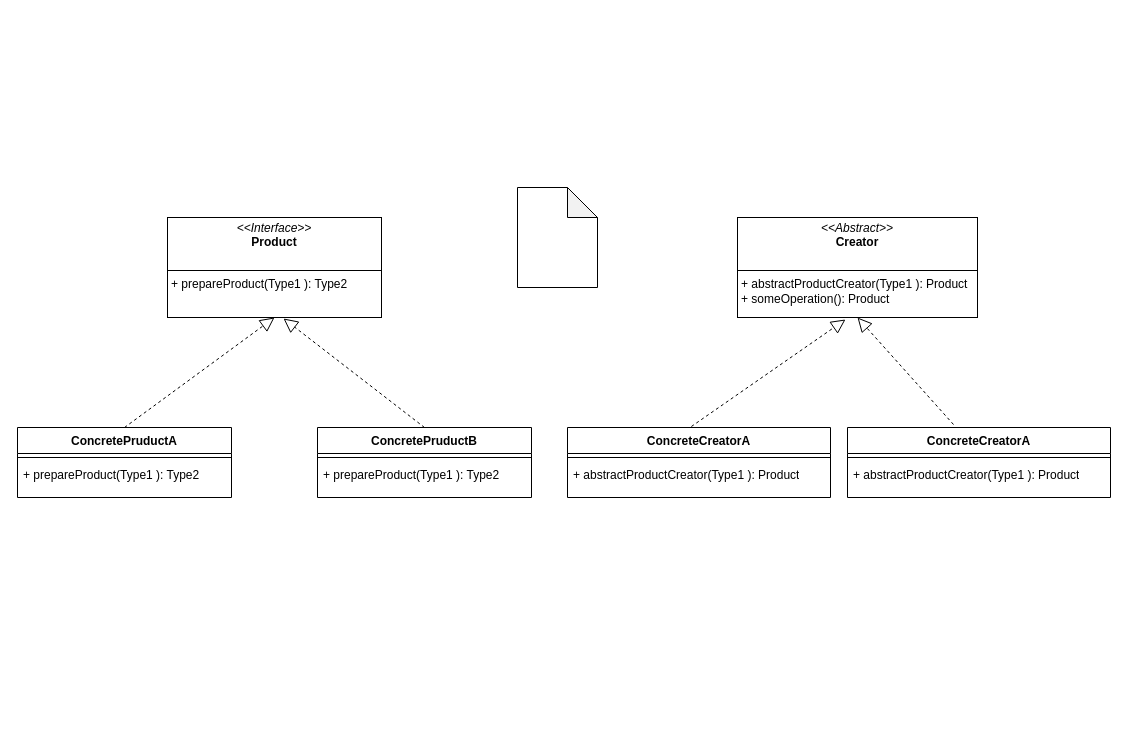
This is factory-method-pattern.drawio from sourcelight/test_repo, a draw.io file, before an edit. Source tidied: cells renumbered, new cells numbered last; positions are measured from the earlier drawing's top-left corner, leaving out a move shared by most shapes. Both pictures are drawn from the tidied source at 100%, with x=0, y=0 at pixel (17, 187).
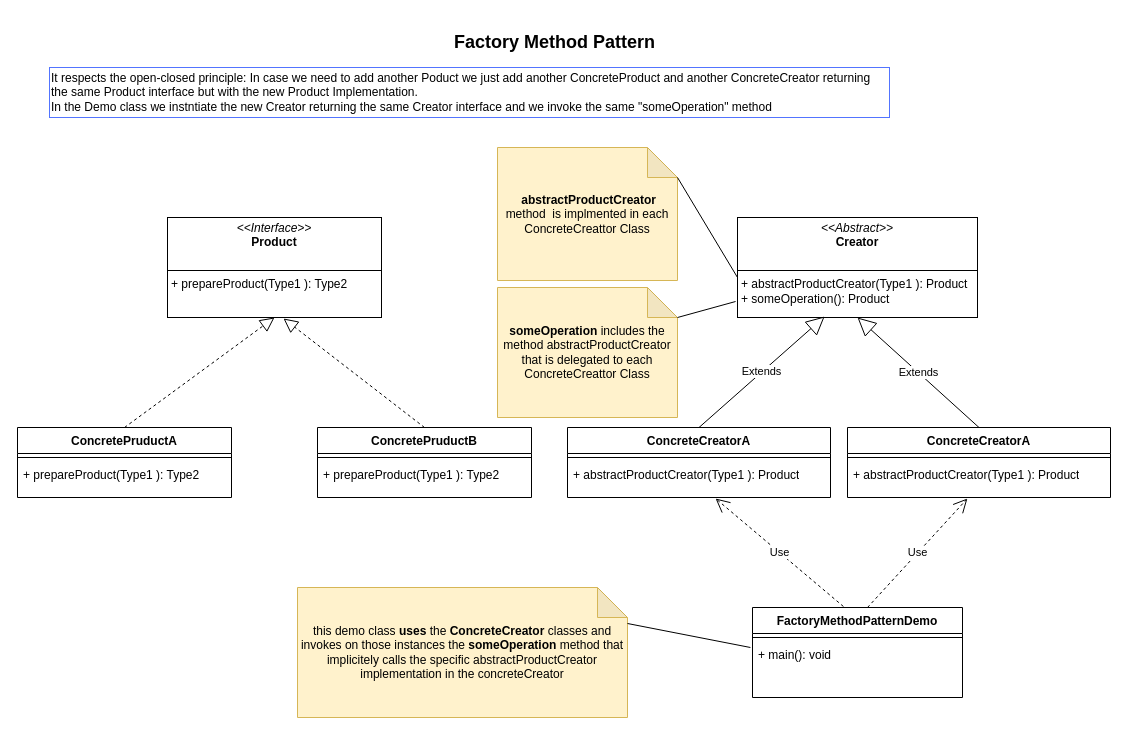
The same page after the edit.

The change refers to these unchanged cells:
```xml
<mxCell id="11" value="&lt;p style=&quot;margin:0px;margin-top:4px;text-align:center;&quot;&gt;&lt;i&gt;&amp;lt;&amp;lt;Abstract&amp;gt;&amp;gt;&lt;/i&gt;&lt;br&gt;&lt;b&gt;Creator&lt;/b&gt;&lt;/p&gt;&lt;br&gt;&lt;hr size=&quot;1&quot; style=&quot;border-style:solid;&quot;&gt;&lt;p style=&quot;margin:0px;margin-left:4px;&quot;&gt;+ abstractProductCreator(Type1 ): Product&lt;br&gt;&lt;/p&gt;&lt;p style=&quot;margin:0px;margin-left:4px;&quot;&gt;+ someOperation(): Product&lt;/p&gt;&lt;p style=&quot;margin:0px;margin-left:4px;&quot;&gt;&lt;br&gt;&lt;/p&gt;" style="verticalAlign=top;align=left;overflow=fill;html=1;whiteSpace=wrap;" parent="1" vertex="1">
  <mxGeometry x="720" y="30" width="240" height="100" as="geometry" />
</mxCell>
<mxCell id="12" value="ConcreteCreatorA" style="swimlane;fontStyle=1;align=center;verticalAlign=top;horizontal=1;startSize=26;whiteSpace=wrap;html=1;" parent="1" vertex="1">
  <mxGeometry x="550" y="240" width="263" height="70" as="geometry" />
</mxCell>
<mxCell id="14" value="+ abstractProductCreator(Type1 ): Product" style="text;strokeColor=none;fillColor=none;align=left;verticalAlign=top;spacingLeft=4;spacingRight=4;overflow=hidden;points=[[0,0.5],[1,0.5]];portConstraint=eastwest;whiteSpace=wrap;html=1;" parent="12" vertex="1">
  <mxGeometry y="34" width="263" height="36" as="geometry" />
</mxCell>
<mxCell id="16" value="ConcreteCreatorA" style="swimlane;fontStyle=1;align=center;verticalAlign=top;horizontal=1;startSize=26;whiteSpace=wrap;html=1;" parent="1" vertex="1">
  <mxGeometry x="830" y="240" width="263" height="70" as="geometry" />
</mxCell>
<mxCell id="18" value="+ abstractProductCreator(Type1 ): Product" style="text;strokeColor=none;fillColor=none;align=left;verticalAlign=top;spacingLeft=4;spacingRight=4;overflow=hidden;points=[[0,0.5],[1,0.5]];portConstraint=eastwest;whiteSpace=wrap;html=1;" parent="16" vertex="1">
  <mxGeometry y="34" width="263" height="36" as="geometry" />
</mxCell>
```

Diff of the diagram source:
```diff
@@
-    <mxCell id="15" style="shape=note;whiteSpace=wrap;html=1;backgroundOutline=1;darkOpacity=0.05;" parent="1" vertex="1">
-      <mxGeometry x="500" width="80" height="100" as="geometry" />
+    <mxCell id="15" value="&lt;b&gt;someOperation&lt;/b&gt; includes the method abstractProductCreator that is delegated to each ConcreteCreattor Class" style="shape=note;whiteSpace=wrap;html=1;backgroundOutline=1;darkOpacity=0.05;fillColor=#fff2cc;strokeColor=#d6b656;" parent="1" vertex="1">
+      <mxGeometry x="480" y="100" width="180" height="130" as="geometry" />
     </mxCell>
@@
+    <mxCell id="21" style="endArrow=none;html=1;rounded=0;entryX=-0.008;entryY=0.84;entryDx=0;entryDy=0;entryPerimeter=0;exitX=0;exitY=0;exitDx=180;exitDy=30;exitPerimeter=0;" parent="1" edge="1" source="15" target="11">
+      <mxGeometry relative="1" as="geometry" />
+    </mxCell>
+    <mxCell id="22" value="&amp;nbsp;&lt;b&gt;abstractProductCreator&lt;/b&gt; method&amp;nbsp; is implmented in each ConcreteCreattor Class" style="shape=note;whiteSpace=wrap;html=1;backgroundOutline=1;darkOpacity=0.05;fillColor=#fff2cc;strokeColor=#d6b656;" parent="1" vertex="1">
+      <mxGeometry x="480" y="-40" width="180" height="133" as="geometry" />
+    </mxCell>
+    <mxCell id="23" style="endArrow=none;html=1;rounded=0;entryX=0;entryY=0.6;entryDx=0;entryDy=0;entryPerimeter=0;exitX=0;exitY=0;exitDx=180;exitDy=30;exitPerimeter=0;" parent="1" edge="1" target="11">
+      <mxGeometry relative="1" as="geometry">
+        <mxPoint x="660" y="-10" as="sourcePoint" />
+      </mxGeometry>
+    </mxCell>
+    <mxCell id="24" value="FactoryMethodPattern&lt;span style=&quot;background-color: initial;&quot;&gt;Demo&lt;/span&gt;" style="swimlane;fontStyle=1;align=center;verticalAlign=top;horizontal=1;startSize=26;whiteSpace=wrap;html=1;" parent="1" vertex="1">
+      <mxGeometry x="735" y="420" width="210" height="90" as="geometry" />
+    </mxCell>
+    <mxCell id="25" style="line;strokeWidth=1;fillColor=none;align=left;verticalAlign=middle;spacingTop=-1;spacingLeft=3;spacingRight=3;labelPosition=right;strokeColor=inherit;" parent="24" vertex="1">
+      <mxGeometry y="26" width="210" height="8" as="geometry" />
+    </mxCell>
+    <mxCell id="26" value="+ main(): void" style="text;strokeColor=none;fillColor=none;align=left;verticalAlign=top;spacingLeft=4;spacingRight=4;overflow=hidden;points=[[0,0.5],[1,0.5]];portConstraint=eastwest;whiteSpace=wrap;html=1;" parent="24" vertex="1">
+      <mxGeometry y="34" width="210" height="56" as="geometry" />
+    </mxCell>
-    <mxCell id="19" style="endArrow=block;dashed=1;endFill=0;endSize=12;html=1;rounded=0;entryX=0.45;entryY=1.02;entryDx=0;entryDy=0;entryPerimeter=0;exitX=0.471;exitY=-0.014;exitDx=0;exitDy=0;exitPerimeter=0;" parent="1" edge="1" source="12" target="11">
+    <mxCell id="19" value="Extends" style="endArrow=block;endSize=16;endFill=0;html=1;rounded=0;exitX=0.5;exitY=0;exitDx=0;exitDy=0;entryX=0.363;entryY=0.99;entryDx=0;entryDy=0;entryPerimeter=0;" parent="1" edge="1" source="12" target="11">
       <mxGeometry relative="1" as="geometry" />
     </mxCell>
-    <mxCell id="20" style="endArrow=block;dashed=1;endFill=0;endSize=12;html=1;rounded=0;exitX=0.403;exitY=-0.043;exitDx=0;exitDy=0;exitPerimeter=0;entryX=0.5;entryY=1;entryDx=0;entryDy=0;" parent="1" edge="1" source="16" target="11">
+    <mxCell id="20" value="Extends" style="endArrow=block;endSize=16;endFill=0;html=1;rounded=0;exitX=0.5;exitY=0;exitDx=0;exitDy=0;entryX=0.5;entryY=1;entryDx=0;entryDy=0;" parent="1" edge="1" source="16" target="11">
       <mxGeometry relative="1" as="geometry" />
     </mxCell>
+    <mxCell id="27" value="Use" style="endArrow=open;endSize=12;dashed=1;html=1;rounded=0;exitX=0.433;exitY=-0.011;exitDx=0;exitDy=0;exitPerimeter=0;entryX=0.563;entryY=1.028;entryDx=0;entryDy=0;entryPerimeter=0;" parent="1" edge="1" source="24" target="14">
+      <mxGeometry relative="1" as="geometry" />
+    </mxCell>
+    <mxCell id="28" value="Use" style="endArrow=open;endSize=12;dashed=1;html=1;rounded=0;entryX=0.456;entryY=1.028;entryDx=0;entryDy=0;entryPerimeter=0;" parent="1" edge="1" target="18">
+      <mxGeometry relative="1" as="geometry">
+        <mxPoint x="850" y="420" as="sourcePoint" />
+      </mxGeometry>
+    </mxCell>
+    <mxCell id="29" value="this demo class &lt;b&gt;uses &lt;/b&gt;the &lt;b&gt;ConcreteCreator&lt;/b&gt; classes and invokes on those instances the &lt;b&gt;someOperation &lt;/b&gt;method that implicitely calls the specific&amp;nbsp;&lt;span style=&quot;text-align: left;&quot;&gt;abstractProductCreator implementation in the concreteCreator&lt;/span&gt;" style="shape=note;whiteSpace=wrap;html=1;backgroundOutline=1;darkOpacity=0.05;fillColor=#fff2cc;strokeColor=#d6b656;" parent="1" vertex="1">
+      <mxGeometry x="280" y="400" width="330" height="130" as="geometry" />
+    </mxCell>
+    <mxCell id="30" style="endArrow=none;html=1;rounded=0;entryX=-0.01;entryY=0.107;entryDx=0;entryDy=0;entryPerimeter=0;exitX=0;exitY=0;exitDx=180;exitDy=30;exitPerimeter=0;" parent="1" edge="1" target="26">
+      <mxGeometry relative="1" as="geometry">
+        <mxPoint x="610" y="436" as="sourcePoint" />
+      </mxGeometry>
+    </mxCell>
+    <mxCell id="31" value="&lt;font style=&quot;font-size: 18px;&quot;&gt;Factory Method Pattern&lt;/font&gt;" style="text;align=center;fontStyle=1;verticalAlign=middle;spacingLeft=3;spacingRight=3;strokeColor=none;html=1;" parent="1" vertex="1">
+      <mxGeometry x="312" y="-170" width="450" height="50" as="geometry" />
+    </mxCell>
+    <mxCell id="32" value="It respects the open-closed principle: In case we need to add another Poduct we just add another ConcreteProduct and another ConcreteCreator returning the same Product interface but with the new Product Implementation.&lt;br&gt;In the Demo class we instntiate the new Creator returning the same Creator interface and we invoke the same &quot;someOperation&quot; method" style="text;html=1;align=left;verticalAlign=middle;whiteSpace=wrap;rounded=0;strokeColor=#5274FF;" parent="1" vertex="1">
+      <mxGeometry x="32" y="-120" width="840" height="50" as="geometry" />
+    </mxCell>
```
